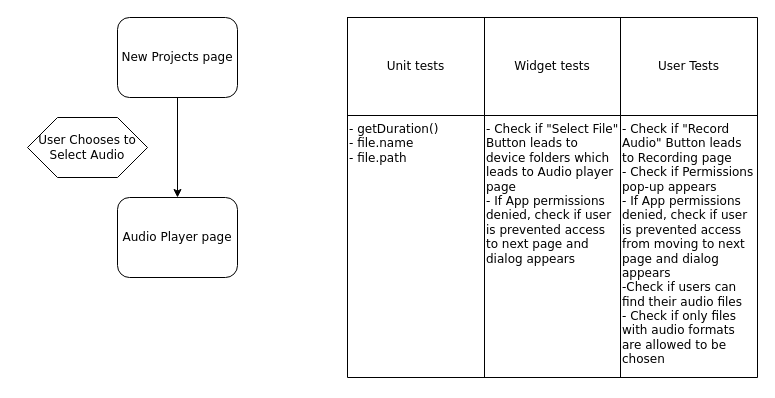
Before: page "New Project -> Audio Player" (10 of 13) of User flow.drawio in theshaydays/whistle, a draw.io diagram. Source tidied: cells renumbered, new cells numbered last; positions are measured from the earlier drawing's top-left corner, leaving out a move shared by most shapes. Both pictures are drawn from the tidied source at 100%, with x=0, y=0 at pixel (27, 17).
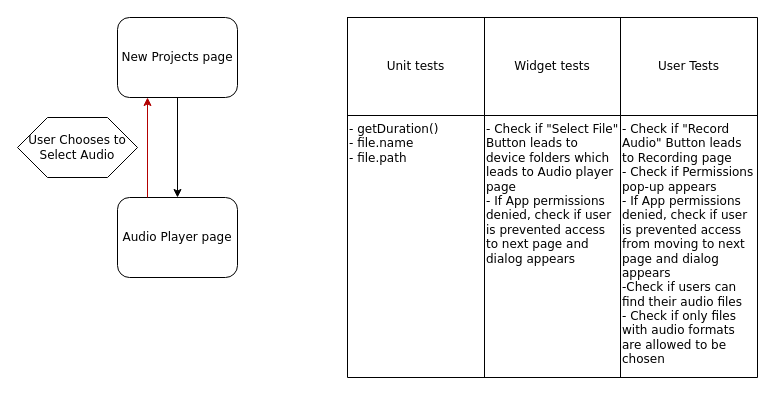
The same page after the edit.

Change to the diagram source:
```diff
@@
 <mxGraphModel>
   <root>
     <mxCell id="0" />
     <mxCell id="1" parent="0" />
     <mxCell id="2" style="edgeStyle=orthogonalEdgeStyle;rounded=0;jettySize=auto;html=1;" parent="1" edge="1" source="3" target="4">
       <mxGeometry relative="1" as="geometry" />
     </mxCell>
     <mxCell id="3" value="New Projects page" style="rounded=1;whiteSpace=wrap;html=1;shadow=0;labelBackgroundColor=none;strokeWidth=1;fontFamily=Verdana;fontSize=12;align=center;" parent="1" vertex="1">
       <mxGeometry x="90" width="120" height="80" as="geometry" />
     </mxCell>
     <mxCell id="4" value="Audio Player page" style="rounded=1;whiteSpace=wrap;html=1;shadow=0;labelBackgroundColor=none;strokeWidth=1;fontFamily=Verdana;fontSize=12;align=center;" parent="1" vertex="1">
       <mxGeometry x="90" y="180" width="120" height="80" as="geometry" />
     </mxCell>
     <mxCell id="5" value="&lt;div&gt;User Chooses to Select Audio&lt;br&gt;&lt;/div&gt;" style="shape=hexagon;perimeter=hexagonPerimeter;whiteSpace=wrap;html=1;rounded=0;shadow=0;labelBackgroundColor=none;strokeWidth=1;fontFamily=Verdana;fontSize=12;align=center;" parent="1" vertex="1">
-      <mxGeometry y="100" width="120" height="60" as="geometry" />
+      <mxGeometry x="-10" y="100" width="120" height="60" as="geometry" />
     </mxCell>
     <mxCell id="6" style="shape=table;startSize=0;childLayout=tableLayout;fontFamily=Verdana;fontSize=12;" parent="1" vertex="1">
       <mxGeometry x="320" width="410" height="360" as="geometry" />
     </mxCell>
     <mxCell id="7" style="shape=tableRow;horizontal=0;startSize=0;swimlaneHead=0;swimlaneBody=0;top=0;left=0;bottom=0;right=0;fillColor=none;fontFamily=Verdana;fontSize=12;" parent="6" vertex="1">
       <mxGeometry width="410" height="98" as="geometry" />
     </mxCell>
     <mxCell id="8" value="Unit tests" style="shape=partialRectangle;html=1;whiteSpace=wrap;overflow=hidden;fillColor=none;top=0;left=0;bottom=0;right=0;fontFamily=Verdana;fontSize=12;" parent="7" vertex="1">
       <mxGeometry width="137" height="98" as="geometry" />
     </mxCell>
     <mxCell id="9" value="Widget tests" style="shape=partialRectangle;html=1;whiteSpace=wrap;overflow=hidden;fillColor=none;top=0;left=0;bottom=0;right=0;fontFamily=Verdana;fontSize=12;" parent="7" vertex="1">
       <mxGeometry x="137" width="136" height="98" as="geometry" />
     </mxCell>
     <mxCell id="10" value="User Tests" style="shape=partialRectangle;html=1;whiteSpace=wrap;overflow=hidden;fillColor=none;top=0;left=0;bottom=0;right=0;fontFamily=Verdana;fontSize=12;" parent="7" vertex="1">
       <mxGeometry x="273" width="137" height="98" as="geometry" />
     </mxCell>
     <mxCell id="11" style="shape=tableRow;horizontal=0;startSize=0;swimlaneHead=0;swimlaneBody=0;top=0;left=0;bottom=0;right=0;fillColor=none;fontFamily=Verdana;fontSize=12;align=left;verticalAlign=top;" parent="6" vertex="1">
       <mxGeometry y="98" width="410" height="262" as="geometry" />
     </mxCell>
     <mxCell id="12" value="&lt;div&gt;- getDuration()&lt;/div&gt;&lt;div&gt;- file.name&lt;/div&gt;&lt;div&gt;- file.path&lt;br&gt;&lt;/div&gt;" style="shape=partialRectangle;html=1;whiteSpace=wrap;overflow=hidden;fillColor=none;top=0;left=0;bottom=0;right=0;fontFamily=Verdana;fontSize=12;align=left;verticalAlign=top;" parent="11" vertex="1">
       <mxGeometry width="137" height="262" as="geometry" />
     </mxCell>
     <mxCell id="13" value="&lt;div&gt;- Check if &quot;Select File&quot; Button leads to device folders which leads to Audio player page&lt;/div&gt;&lt;div&gt;- If App permissions denied, check if user is prevented access to next page and dialog appears&lt;br&gt;&lt;/div&gt;" style="shape=partialRectangle;html=1;whiteSpace=wrap;overflow=hidden;fillColor=none;top=0;left=0;bottom=0;right=0;fontFamily=Verdana;fontSize=12;align=left;verticalAlign=top;" parent="11" vertex="1">
       <mxGeometry x="137" width="136" height="262" as="geometry" />
     </mxCell>
     <mxCell id="14" value="&lt;div&gt;- Check if &quot;Record Audio&quot; Button leads to Recording page&lt;/div&gt;&lt;div&gt;- Check if Permissions pop-up appears&lt;/div&gt;&lt;div&gt;- If App permissions denied, check if user is prevented access from moving to next page and dialog appears&lt;/div&gt;&lt;div&gt;-Check if users can find their audio files&lt;/div&gt;&lt;div&gt;- Check if only files with audio formats are allowed to be chosen&lt;br&gt;&lt;/div&gt;" style="shape=partialRectangle;html=1;whiteSpace=wrap;overflow=hidden;fillColor=none;top=0;left=0;bottom=0;right=0;fontFamily=Verdana;fontSize=12;align=left;verticalAlign=top;" parent="11" vertex="1">
       <mxGeometry x="273" width="137" height="262" as="geometry" />
     </mxCell>
+    <mxCell id="15" style="edgeStyle=orthogonalEdgeStyle;rounded=0;jettySize=auto;html=1;exitX=0.25;exitY=0;exitDx=0;exitDy=0;entryX=0.25;entryY=1;entryDx=0;entryDy=0;fontSize=15;fillColor=#e51400;strokeColor=#B20000;" parent="1" edge="1" source="4">
+      <mxGeometry relative="1" as="geometry">
+        <mxPoint x="120" y="80" as="targetPoint" />
+      </mxGeometry>
+    </mxCell>
   </root>
 </mxGraphModel>
```
